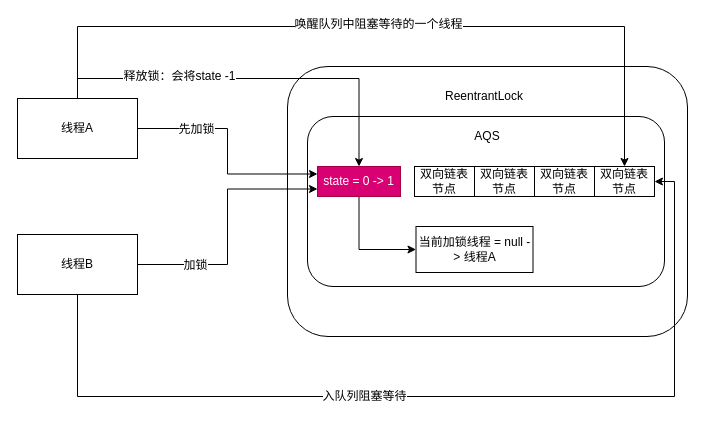
Before: 并发编程/08_AQS.drawio in chenshuai1995/a-imgs, a draw.io diagram. Source tidied: cells renumbered, new cells numbered last; positions are measured from the earlier drawing's top-left corner, leaving out a move shared by most shapes. Both pictures are drawn from the tidied source at 100%, with x=0, y=0 at pixel (17, 26).
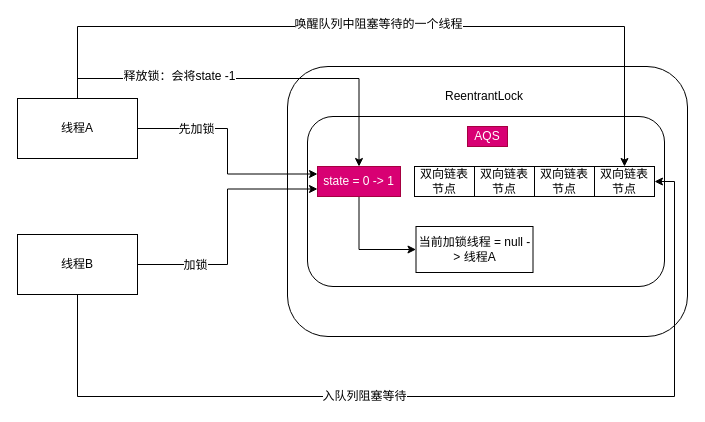
The same diagram, later.

Diff of the diagram source:
```diff
@@
-    <mxCell id="5" value="AQS" style="text;html=1;strokeColor=none;fillColor=none;align=center;verticalAlign=middle;whiteSpace=wrap;rounded=0;" parent="1" vertex="1">
+    <mxCell id="5" value="AQS" style="text;html=1;strokeColor=#A50040;fillColor=#d80073;align=center;verticalAlign=middle;whiteSpace=wrap;rounded=0;fontColor=#ffffff;" parent="1" vertex="1">
       <mxGeometry x="450" y="100" width="40" height="20" as="geometry" />
     </mxCell>
```
